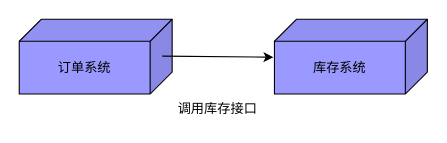
Earlier version of the draw.io diagram page "应用解耦" (6 of 7) of MQ.drawio (letengzz/Drawing). Source tidied: cells renumbered, new cells numbered last; positions are measured from the earlier drawing's top-left corner, leaving out a move shared by most shapes. Both pictures are drawn from the tidied source at 110%, with x=0, y=0 at pixel (19, 19).
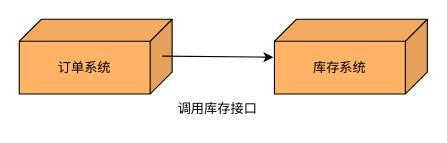
The same diagram, later.

What changed in the source:
```diff
@@
 <mxGraphModel>
   <root>
     <mxCell id="0" />
     <mxCell id="1" parent="0" />
-    <mxCell id="2" value="库存系统" style="shape=cube;whiteSpace=wrap;html=1;boundedLbl=1;backgroundOutline=1;darkOpacity=0.05;darkOpacity2=0.1;flipH=1;fillColor=#9999FF;" parent="1" vertex="1">
+    <mxCell id="2" value="库存系统" style="shape=cube;whiteSpace=wrap;html=1;boundedLbl=1;backgroundOutline=1;darkOpacity=0.05;darkOpacity2=0.1;flipH=1;fillColor=#FFB366;" parent="1" vertex="1">
       <mxGeometry x="232" width="139" height="68" as="geometry" />
     </mxCell>
     <mxCell id="3" value="调用库存接口" style="text;html=1;align=center;verticalAlign=middle;whiteSpace=wrap;rounded=0;" parent="1" vertex="1">
       <mxGeometry x="139" y="68" width="83" height="27" as="geometry" />
     </mxCell>
-    <mxCell id="4" value="订单系统" style="shape=cube;whiteSpace=wrap;html=1;boundedLbl=1;backgroundOutline=1;darkOpacity=0.05;darkOpacity2=0.1;flipH=1;fillColor=#9999FF;" parent="1" vertex="1">
+    <mxCell id="4" value="订单系统" style="shape=cube;whiteSpace=wrap;html=1;boundedLbl=1;backgroundOutline=1;darkOpacity=0.05;darkOpacity2=0.1;flipH=1;fillColor=#FFB366;" parent="1" vertex="1">
       <mxGeometry width="139" height="68" as="geometry" />
     </mxCell>
     <mxCell id="5" style="endArrow=classic;html=1;rounded=0;" parent="1" edge="1">
       <mxGeometry relative="1" as="geometry">
         <mxPoint x="130" y="33.5" as="sourcePoint" />
         <mxPoint x="231" y="34.5" as="targetPoint" />
       </mxGeometry>
     </mxCell>
   </root>
 </mxGraphModel>
```
